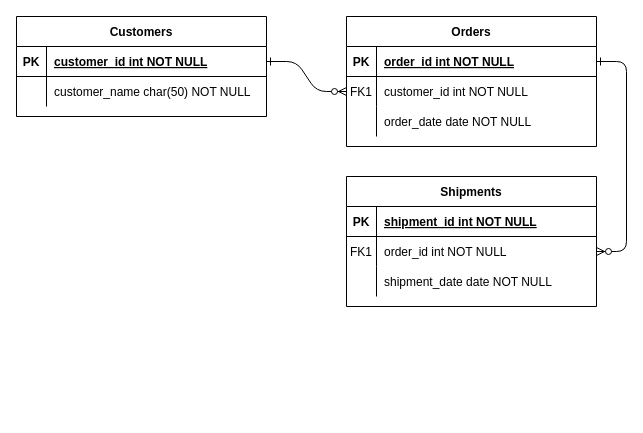
This is Diagrama 1modelagem.drawio from DayannaDVPN/Estudos-, a draw.io file, before an edit. Source tidied: cells renumbered, new cells numbered last; positions are measured from the earlier drawing's top-left corner, leaving out a move shared by most shapes. Both pictures are drawn from the tidied source at 100%, with x=0, y=0 at pixel (16, 16).
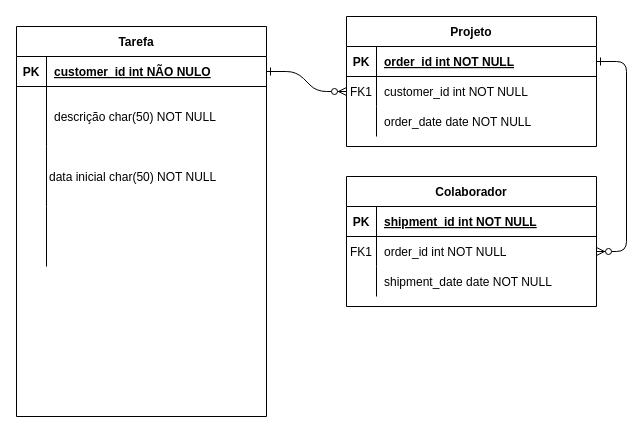
After the change.

The change refers to these unchanged cells:
```xml
<mxCell id="25" style="shape=partialRectangle;fillColor=none;points=[[0,0.5],[1,0.5]];portConstraint=eastwest;top=0;left=0;right=0;bottom=1;" parent="24" vertex="1">
  <mxGeometry y="30" width="250" height="30" as="geometry" />
</mxCell>
```

What changed in the source:
```diff
@@
-    <mxCell id="4" value="Orders" style="shape=table;startSize=30;childLayout=tableLayout;rowLines=0;fontStyle=1;align=center;" parent="1" vertex="1">
+    <mxCell id="4" value="Projeto" style="shape=table;startSize=30;childLayout=tableLayout;rowLines=0;fontStyle=1;align=center;" parent="1" vertex="1">
       <mxGeometry x="330" width="250" height="130" as="geometry" />
     </mxCell>
@@
-    <mxCell id="14" value="Shipments" style="shape=table;startSize=30;childLayout=tableLayout;rowLines=0;fontStyle=1;align=center;" parent="1" vertex="1">
+    <mxCell id="14" value="Colaborador" style="shape=table;startSize=30;childLayout=tableLayout;rowLines=0;fontStyle=1;align=center;" parent="1" vertex="1">
       <mxGeometry x="330" y="160" width="250" height="130" as="geometry" />
     </mxCell>
@@
-    <mxCell id="24" value="Customers" style="shape=table;startSize=30;childLayout=tableLayout;rowLines=0;fontStyle=1;align=center;" parent="1" vertex="1">
-      <mxGeometry width="250" height="100" as="geometry" />
+    <mxCell id="24" value="Tarefa   " style="shape=table;startSize=30;childLayout=tableLayout;rowLines=0;fontStyle=1;align=center;" parent="1" vertex="1">
+      <mxGeometry y="10" width="250" height="390" as="geometry" />
     </mxCell>
@@
-    <mxCell id="27" value="customer_id int NOT NULL " style="shape=partialRectangle;overflow=hidden;fillColor=none;top=0;left=0;bottom=0;right=0;align=left;spacingLeft=6;fontStyle=5;" parent="25" vertex="1">
+    <mxCell id="27" value="customer_id int NÃO NULO" style="shape=partialRectangle;overflow=hidden;fillColor=none;top=0;left=0;bottom=0;right=0;align=left;spacingLeft=6;fontStyle=5;" parent="25" vertex="1">
       <mxGeometry x="30" width="220" height="30" as="geometry" />
     </mxCell>
     <mxCell id="28" style="shape=partialRectangle;fillColor=none;top=0;left=0;right=0;bottom=0;" parent="24" vertex="1">
-      <mxGeometry y="60" width="250" height="30" as="geometry" />
+      <mxGeometry y="60" width="250" height="60" as="geometry" />
     </mxCell>
     <mxCell id="29" style="shape=partialRectangle;overflow=hidden;fillColor=none;top=0;left=0;bottom=0;right=0;" parent="28" vertex="1">
-      <mxGeometry width="30" height="30" as="geometry" />
+      <mxGeometry width="30" height="60" as="geometry" />
     </mxCell>
-    <mxCell id="30" value="customer_name char(50) NOT NULL" style="shape=partialRectangle;overflow=hidden;fillColor=none;top=0;left=0;bottom=0;right=0;align=left;spacingLeft=6;" parent="28" vertex="1">
-      <mxGeometry x="30" width="220" height="30" as="geometry" />
+    <mxCell id="30" value="descrição char(50) NOT NULL" style="shape=partialRectangle;overflow=hidden;fillColor=none;top=0;left=0;bottom=0;right=0;align=left;spacingLeft=6;" parent="28" vertex="1">
+      <mxGeometry x="30" width="220" height="60" as="geometry" />
     </mxCell>
+    <mxCell id="31" style="shape=partialRectangle;fillColor=none;top=0;left=0;right=0;bottom=0;" parent="24" vertex="1">
+      <mxGeometry y="120" width="250" height="60" as="geometry" />
+    </mxCell>
+    <mxCell id="32" style="shape=partialRectangle;overflow=hidden;fillColor=none;top=0;left=0;bottom=0;right=0;" parent="31" vertex="1">
+      <mxGeometry width="30" height="60" as="geometry" />
+    </mxCell>
+    <mxCell id="33" style="shape=partialRectangle;overflow=hidden;fillColor=none;top=0;left=0;bottom=0;right=0;align=left;spacingLeft=6;" parent="31" vertex="1">
+      <mxGeometry x="30" width="220" height="60" as="geometry" />
+    </mxCell>
+    <mxCell id="34" style="shape=partialRectangle;fillColor=none;top=0;left=0;right=0;bottom=0;" parent="24" vertex="1">
+      <mxGeometry y="180" width="250" height="60" as="geometry" />
+    </mxCell>
+    <mxCell id="35" style="shape=partialRectangle;overflow=hidden;fillColor=none;top=0;left=0;bottom=0;right=0;" parent="34" vertex="1">
+      <mxGeometry width="30" height="60" as="geometry" />
+    </mxCell>
+    <mxCell id="36" style="shape=partialRectangle;overflow=hidden;fillColor=none;top=0;left=0;bottom=0;right=0;align=left;spacingLeft=6;" parent="34" vertex="1">
+      <mxGeometry x="30" width="220" height="60" as="geometry" />
+    </mxCell>
+    <mxCell id="37" style="shape=partialRectangle;fillColor=none;top=0;left=0;right=0;bottom=0;" parent="1" vertex="1">
+      <mxGeometry x="10" y="80" width="250" height="60" as="geometry" />
+    </mxCell>
+    <mxCell id="38" style="shape=partialRectangle;overflow=hidden;fillColor=none;top=0;left=0;bottom=0;right=0;" parent="37" vertex="1">
+      <mxGeometry width="30" height="60" as="geometry" />
+    </mxCell>
+    <mxCell id="39" value="data inicial char(50) NOT NULL" style="shape=partialRectangle;overflow=hidden;fillColor=none;top=0;left=0;bottom=0;right=0;align=left;spacingLeft=6;" parent="1" vertex="1">
+      <mxGeometry x="25" y="130" width="220" height="60" as="geometry" />
+    </mxCell>
```
